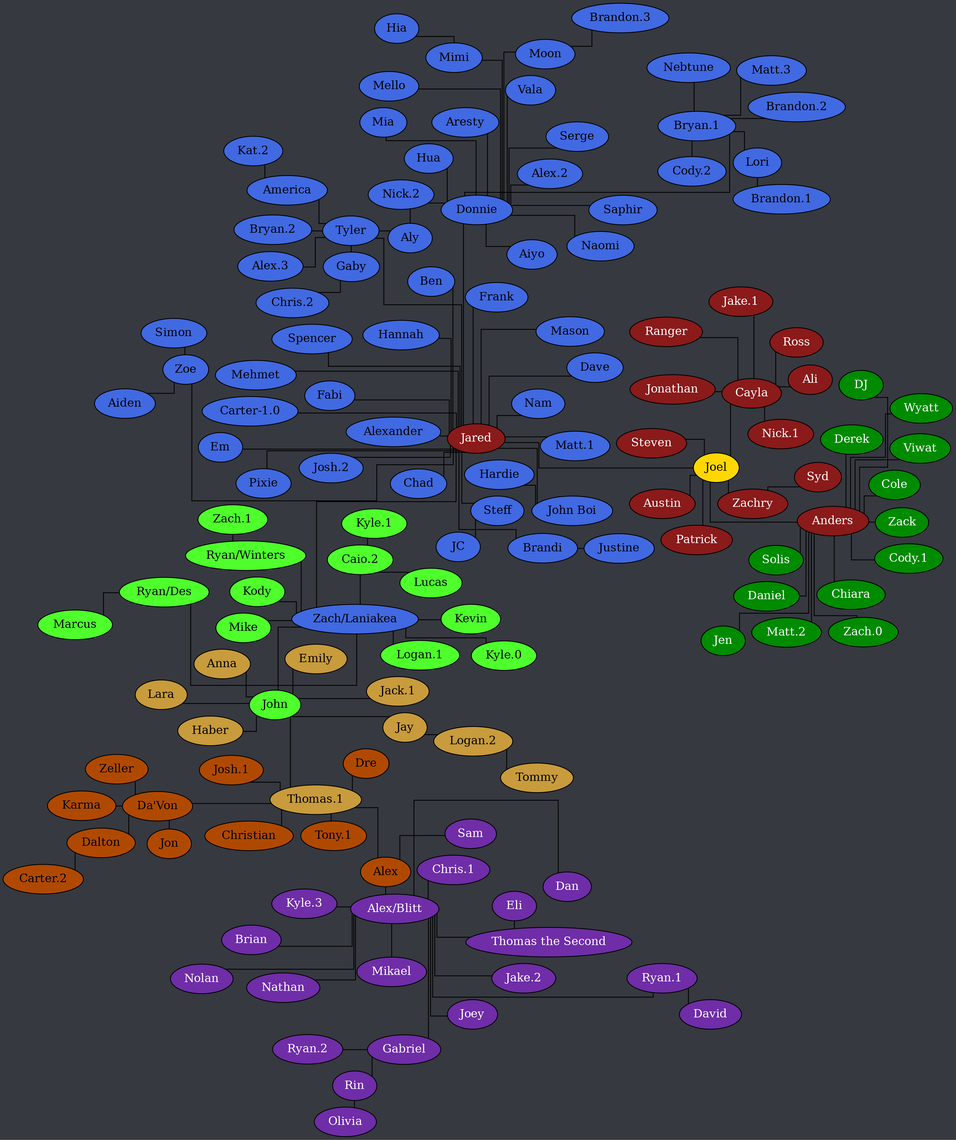
Documidas/CoronaCatzFamilyTree keeps this Graphviz diagram as tree.png. Above is the earlier version. Its source is kept beside it as tree.dot.
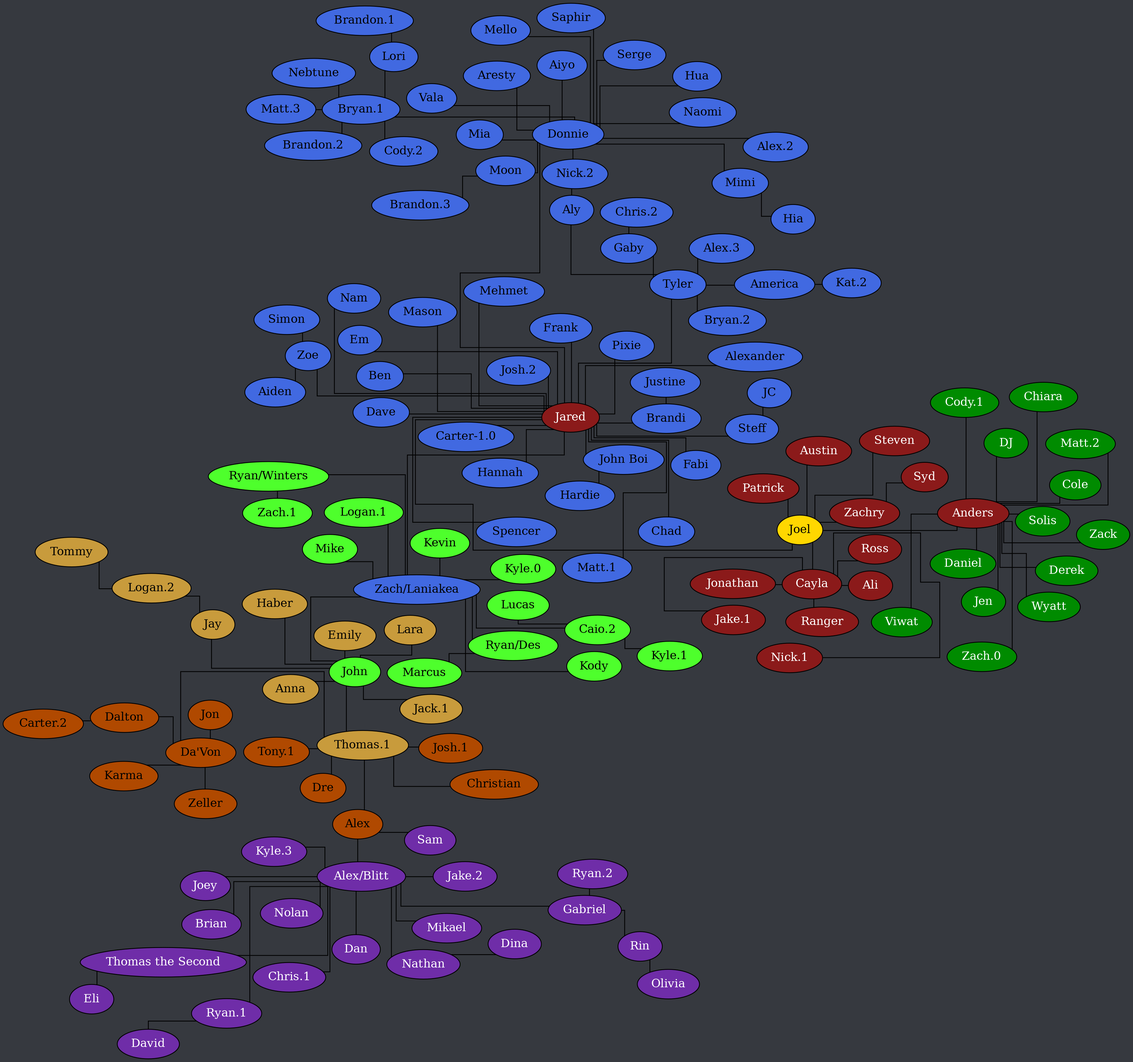
After the commit.

Diff of the diagram source:
```diff
@@ -179,6 +179,7 @@
 		"Alex/Blitt" -- "Thomas the Second";
 		Gabriel -- Rin;
 		Gabriel -- "Ryan.2";
+		Nathan -- Dina;
 		Rin -- Olivia;
 		"Ryan.1" -- David;
 		"Thomas the Second" -- Eli;
```
